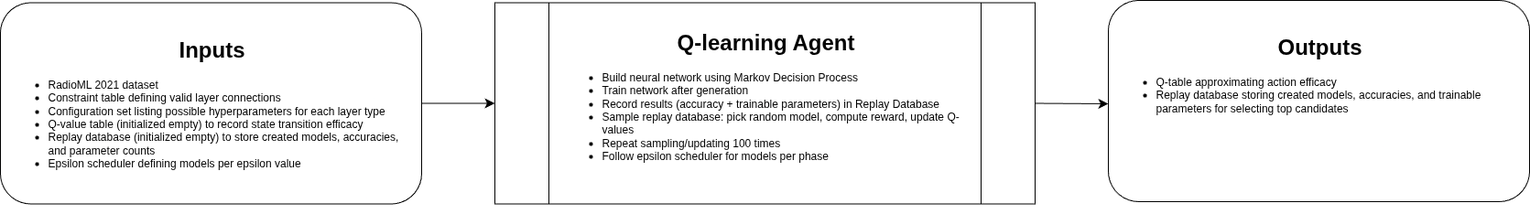
ash-whut/CS-5001 keeps this draw.io diagram as Design_Diagrams/Diagram_Level_0.png. Above is the earlier version. Source tidied: cells renumbered, new cells last; positions are measured from the earlier drawing's top-left corner, leaving out a move shared by most shapes. The source it was exported from:
```xml
<mxGraphModel>
  <root>
    <mxCell id="0" />
    <mxCell id="1" parent="0" />
    <mxCell id="2" style="group;" parent="1" vertex="1">
      <mxGeometry y="2.5" width="460" height="227.5" as="geometry" />
    </mxCell>
    <mxCell id="3" style="rounded=1;whiteSpace=wrap;html=1;" parent="2" vertex="1">
      <mxGeometry width="460" height="220" as="geometry" />
    </mxCell>
    <mxCell id="4" value="&lt;h1 style=&quot;text-align: center; margin-top: 0px;&quot;&gt;Inputs&lt;/h1&gt;&lt;p&gt;&lt;/p&gt;&lt;ul&gt;&lt;li&gt;RadioML 2021 dataset&lt;/li&gt;&lt;li&gt;Constraint table defining valid layer connections&lt;/li&gt;&lt;li&gt;Configuration set listing possible hyperparameters for each layer type&lt;/li&gt;&lt;li&gt;Q-value table (initialized empty) to record state transition efficacy&lt;/li&gt;&lt;li&gt;Replay database (initialized empty) to store created models, accuracies, and parameter counts&lt;/li&gt;&lt;li&gt;Epsilon scheduler defining models per epsilon value&lt;/li&gt;&lt;/ul&gt;&lt;p&gt;&lt;/p&gt;" style="text;html=1;whiteSpace=wrap;overflow=hidden;rounded=0;" parent="2" vertex="1">
      <mxGeometry x="10" y="30" width="440" height="197.5" as="geometry" />
    </mxCell>
    <mxCell id="5" style="shape=process;whiteSpace=wrap;html=1;backgroundOutline=1;" parent="1" vertex="1">
      <mxGeometry x="540" y="2.5" width="590" height="220" as="geometry" />
    </mxCell>
    <mxCell id="6" value="&lt;h1 style=&quot;text-align: center; margin-top: 0px;&quot;&gt;Q-learning Agent&lt;/h1&gt;&lt;p&gt;&lt;/p&gt;&lt;ul&gt;&lt;li&gt;Build neural network using Markov Decision Process&lt;/li&gt;&lt;li&gt;Train network after generation&lt;/li&gt;&lt;li&gt;Record results (accuracy + trainable parameters) in Replay Database&lt;/li&gt;&lt;li&gt;Sample replay database: pick random model, compute reward, update Q-values&lt;/li&gt;&lt;li&gt;Repeat sampling/updating 100 times&lt;/li&gt;&lt;li&gt;Follow epsilon scheduler for models per phase&lt;/li&gt;&lt;/ul&gt;&lt;p&gt;&lt;/p&gt;" style="text;html=1;whiteSpace=wrap;overflow=hidden;rounded=0;" parent="1" vertex="1">
      <mxGeometry x="615" y="25" width="440" height="197.5" as="geometry" />
    </mxCell>
    <mxCell id="7" style="group;" parent="1" vertex="1">
      <mxGeometry x="1210" width="460" height="227.5" as="geometry" />
    </mxCell>
    <mxCell id="8" style="rounded=1;whiteSpace=wrap;html=1;" parent="7" vertex="1">
      <mxGeometry width="460" height="220" as="geometry" />
    </mxCell>
    <mxCell id="9" value="&lt;h1 style=&quot;text-align: center; margin-top: 0px;&quot;&gt;Outputs&lt;/h1&gt;&lt;p&gt;&lt;/p&gt;&lt;ul&gt;&lt;li&gt;Q-table approximating action efficacy&lt;/li&gt;&lt;li&gt;Replay database storing created models, accuracies, and trainable parameters for selecting top candidates&lt;/li&gt;&lt;/ul&gt;&lt;p&gt;&lt;/p&gt;" style="text;html=1;whiteSpace=wrap;overflow=hidden;rounded=0;" parent="7" vertex="1">
      <mxGeometry x="10" y="30" width="440" height="197.5" as="geometry" />
    </mxCell>
    <mxCell id="10" style="endArrow=classic;html=1;rounded=0;fontSize=12;startSize=8;endSize=8;curved=1;exitX=1;exitY=0.5;exitDx=0;exitDy=0;entryX=0;entryY=0.5;entryDx=0;entryDy=0;" parent="1" edge="1" source="3" target="5">
      <mxGeometry relative="1" as="geometry" />
    </mxCell>
    <mxCell id="11" style="endArrow=classic;html=1;rounded=0;fontSize=12;startSize=8;endSize=8;curved=1;exitX=1;exitY=0.5;exitDx=0;exitDy=0;" parent="1" edge="1" source="5">
      <mxGeometry relative="1" as="geometry">
        <mxPoint x="1210" y="113" as="targetPoint" />
      </mxGeometry>
    </mxCell>
  </root>
</mxGraphModel>
```
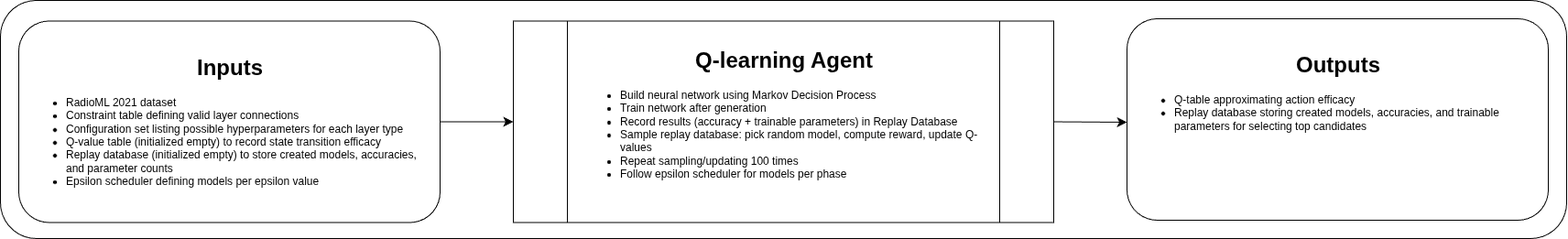
Later version of the same file.

Diff of the diagram source:
```diff
@@ -2,6 +2,9 @@
   <root>
     <mxCell id="0" />
     <mxCell id="1" parent="0" />
+    <mxCell id="12" style="rounded=1;whiteSpace=wrap;html=1;" parent="1" vertex="1">
+      <mxGeometry x="-20" y="-20" width="1710" height="260" as="geometry" />
+    </mxCell>
     <mxCell id="2" style="group;" parent="1" vertex="1">
       <mxGeometry y="2.5" width="460" height="227.5" as="geometry" />
     </mxCell>
```
